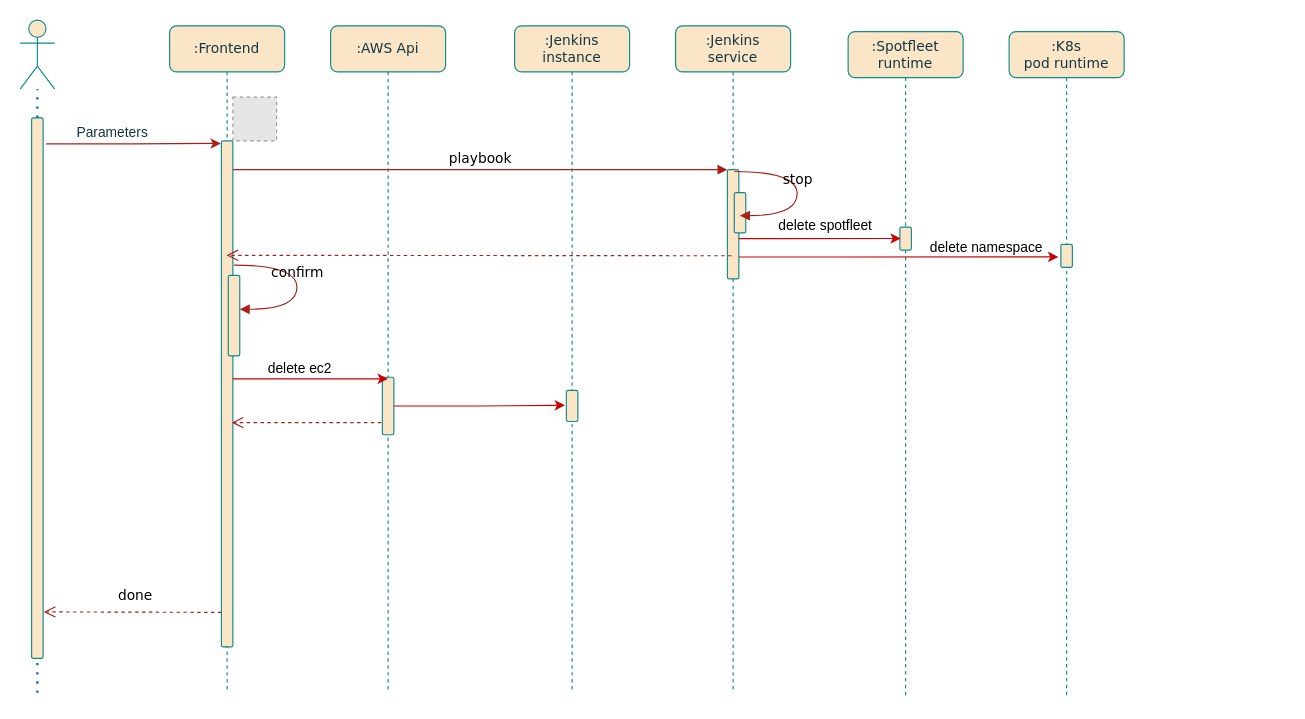
Above: jenkins_master_delete.drawio in jiangtao7/draw.io (draw.io), before the change. Source tidied: cells renumbered, new cells numbered last; positions are measured from the earlier drawing's top-left corner, leaving out a move shared by most shapes. Both pictures are drawn from the tidied source at 115%, with x=0, y=0 at pixel (20, 20). Pictures stored in the file or linked from it are replaced by grey dashed boxes.
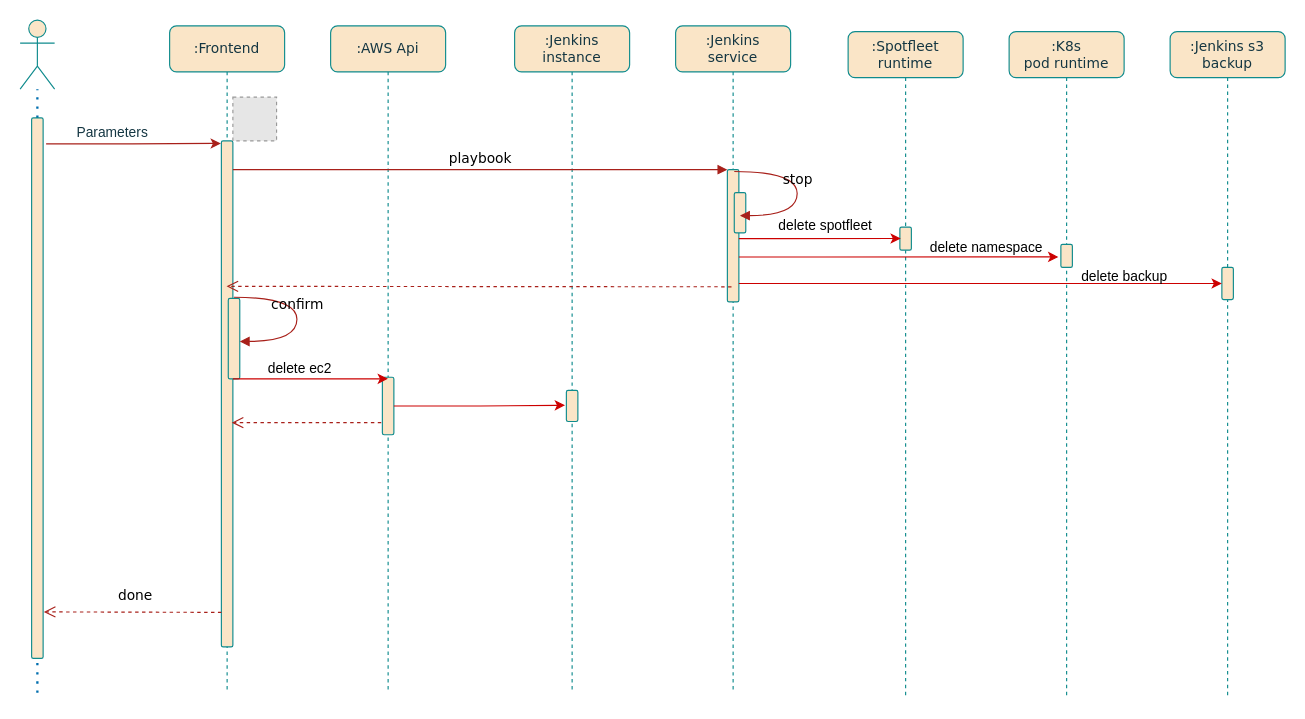
The same diagram, later.

The change refers to these unchanged cells:
```xml
<mxCell id="6" value=":Jenkins &lt;br&gt;service" style="shape=umlLifeline;perimeter=lifelinePerimeter;whiteSpace=wrap;html=1;rounded=1;shadow=0;comic=0;labelBackgroundColor=none;strokeWidth=1;fontFamily=Verdana;fontSize=12;align=center;fillColor=#FAE5C7;strokeColor=#0F8B8D;fontColor=#143642;" parent="1" vertex="1">
  <mxGeometry x="570" y="5" width="100" height="580" as="geometry" />
</mxCell>
<mxCell id="14" value=":Frontend" style="shape=umlLifeline;perimeter=lifelinePerimeter;whiteSpace=wrap;html=1;outlineConnect=0;rounded=1;shadow=0;comic=0;labelBackgroundColor=none;strokeWidth=1;fontFamily=Verdana;fontSize=12;align=center;fillColor=#FAE5C7;strokeColor=#0F8B8D;fontColor=#143642;" parent="1" vertex="1">
  <mxGeometry x="130" y="5" width="100" height="580" as="geometry" />
</mxCell>
```

Change to the diagram source:
```diff
@@
     <mxCell id="7" style="html=1;points=[];perimeter=orthogonalPerimeter;rounded=1;shadow=0;comic=0;labelBackgroundColor=none;strokeWidth=1;fontFamily=Verdana;fontSize=12;align=center;fillColor=#FAE5C7;strokeColor=#0F8B8D;fontColor=#143642;" parent="6" vertex="1">
-      <mxGeometry x="45" y="125" width="10" height="95" as="geometry" />
+      <mxGeometry x="45" y="125" width="10" height="115" as="geometry" />
     </mxCell>
@@
     <mxCell id="16" style="html=1;perimeter=orthogonalPerimeter;rounded=1;shadow=0;comic=0;labelBackgroundColor=none;strokeWidth=1;fontFamily=Verdana;fontSize=12;align=center;fillColor=#FAE5C7;strokeColor=#0F8B8D;fontColor=#143642;" parent="14" vertex="1">
-      <mxGeometry x="51" y="217" width="10" height="70" as="geometry" />
+      <mxGeometry x="51" y="237" width="10" height="70" as="geometry" />
     </mxCell>
@@
-    <mxCell id="28" style="html=1;verticalAlign=bottom;endArrow=open;dashed=1;endSize=8;labelBackgroundColor=none;fontFamily=Verdana;fontSize=12;edgeStyle=elbowEdgeStyle;elbow=vertical;strokeColor=#A8201A;fontColor=default;exitX=-0.04;exitY=0.897;exitDx=0;exitDy=0;exitPerimeter=0;" parent="1" edge="1" target="14">
+    <mxCell id="28" style="html=1;verticalAlign=bottom;endArrow=open;dashed=1;endSize=8;labelBackgroundColor=none;fontFamily=Verdana;fontSize=12;edgeStyle=elbowEdgeStyle;elbow=vertical;strokeColor=#A8201A;fontColor=default;exitX=-0.04;exitY=0.897;exitDx=0;exitDy=0;exitPerimeter=0;" parent="1" edge="1">
       <mxGeometry x="-0.09" y="-14" relative="1" as="geometry">
-        <mxPoint x="618.6" y="204.9" as="sourcePoint" />
+        <mxPoint x="618.6" y="231.9" as="sourcePoint" />
+        <mxPoint x="179.5" y="231.5" as="targetPoint" />
         <Array as="points">
-          <mxPoint x="535" y="204.5" />
+          <mxPoint x="535" y="231.5" />
         </Array>
       </mxGeometry>
     </mxCell>
     <mxCell id="29" value="confirm" style="html=1;verticalAlign=bottom;endArrow=block;labelBackgroundColor=none;fontFamily=Verdana;fontSize=12;elbow=vertical;edgeStyle=orthogonalEdgeStyle;curved=1;entryX=1;entryY=0.286;entryPerimeter=0;exitX=1.038;exitY=0.345;exitPerimeter=0;strokeColor=#A8201A;fontColor=default;" parent="1" edge="1">
       <mxGeometry relative="1" as="geometry">
-        <mxPoint x="186" y="213" as="sourcePoint" />
-        <mxPoint x="191" y="251.4" as="targetPoint" />
+        <mxPoint x="186" y="241" as="sourcePoint" />
+        <mxPoint x="191" y="279.4" as="targetPoint" />
         <Array as="points">
-          <mxPoint x="240.7" y="213" />
-          <mxPoint x="240.7" y="251" />
+          <mxPoint x="240.7" y="241" />
+          <mxPoint x="240.7" y="279" />
         </Array>
       </mxGeometry>
     </mxCell>
@@
+    <mxCell id="36" value=":Jenkins s3 backup" style="shape=umlLifeline;perimeter=lifelinePerimeter;whiteSpace=wrap;html=1;rounded=1;shadow=0;comic=0;labelBackgroundColor=none;strokeWidth=1;fontFamily=Verdana;fontSize=12;align=center;fillColor=#FAE5C7;strokeColor=#0F8B8D;fontColor=#143642;" parent="1" vertex="1">
+      <mxGeometry x="1000" y="10" width="100" height="580" as="geometry" />
+    </mxCell>
+    <mxCell id="37" style="html=1;points=[];perimeter=orthogonalPerimeter;rounded=1;shadow=0;comic=0;labelBackgroundColor=none;strokeColor=#0F8B8D;strokeWidth=1;fillColor=#FAE5C7;fontFamily=Verdana;fontSize=12;fontColor=#143642;align=center;" parent="36" vertex="1">
+      <mxGeometry x="45" y="205" width="10" height="28" as="geometry" />
+    </mxCell>
+    <mxCell id="38" style="edgeStyle=orthogonalEdgeStyle;rounded=0;jettySize=auto;html=1;strokeColor=#CC0000;" parent="1" edge="1" source="7" target="37">
+      <mxGeometry relative="1" as="geometry">
+        <Array as="points">
+          <mxPoint x="740" y="229" />
+          <mxPoint x="740" y="229" />
+        </Array>
+      </mxGeometry>
+    </mxCell>
+    <mxCell id="39" value="delete backup" style="text;html=1;align=center;verticalAlign=middle;strokeColor=none;fillColor=none;" parent="1" vertex="1">
+      <mxGeometry x="910" y="208" width="100" height="30" as="geometry" />
+    </mxCell>
```
